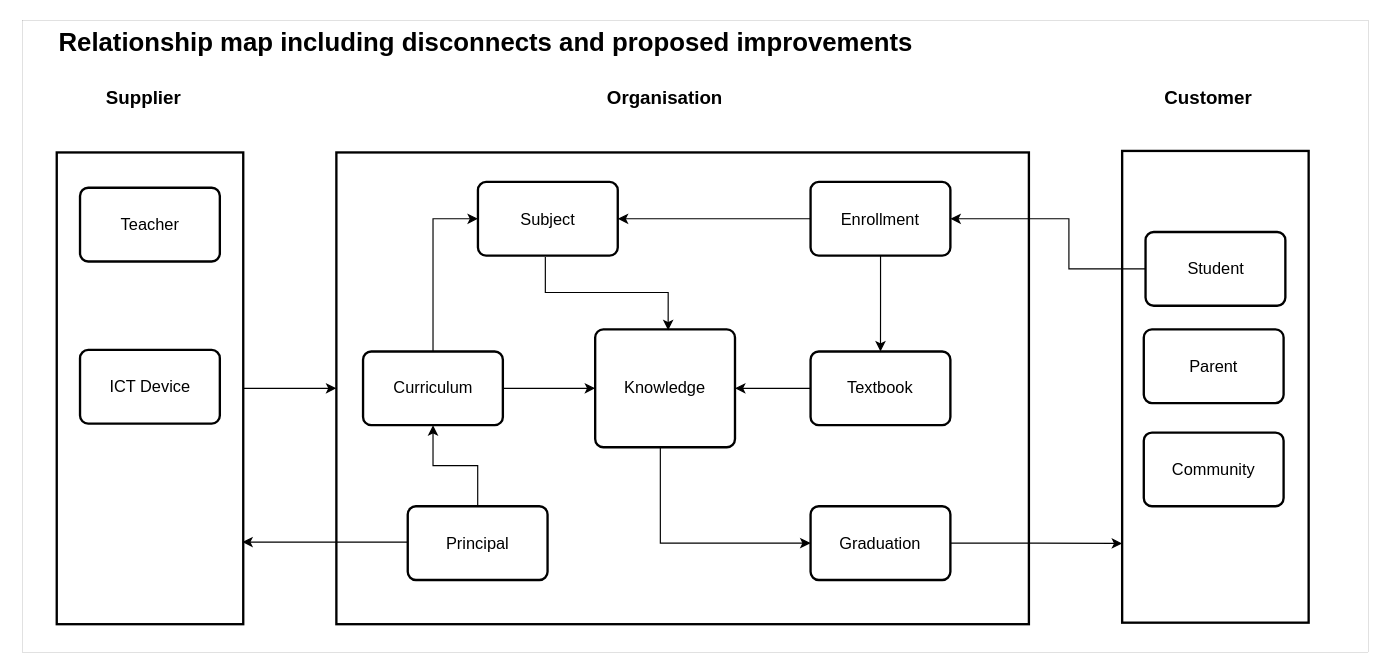
The draw.io diagram page "Relationship_Map_Disconnect" (2 of 6) of All_Maps_A1.drawio in SRMITGit/diagrams, before the edit. Source tidied: cells renumbered, new cells numbered last; positions are measured from the earlier drawing's top-left corner, leaving out a move shared by most shapes. Both pictures are drawn from the tidied source at 117%, with x=0, y=0 at pixel (22, 20).
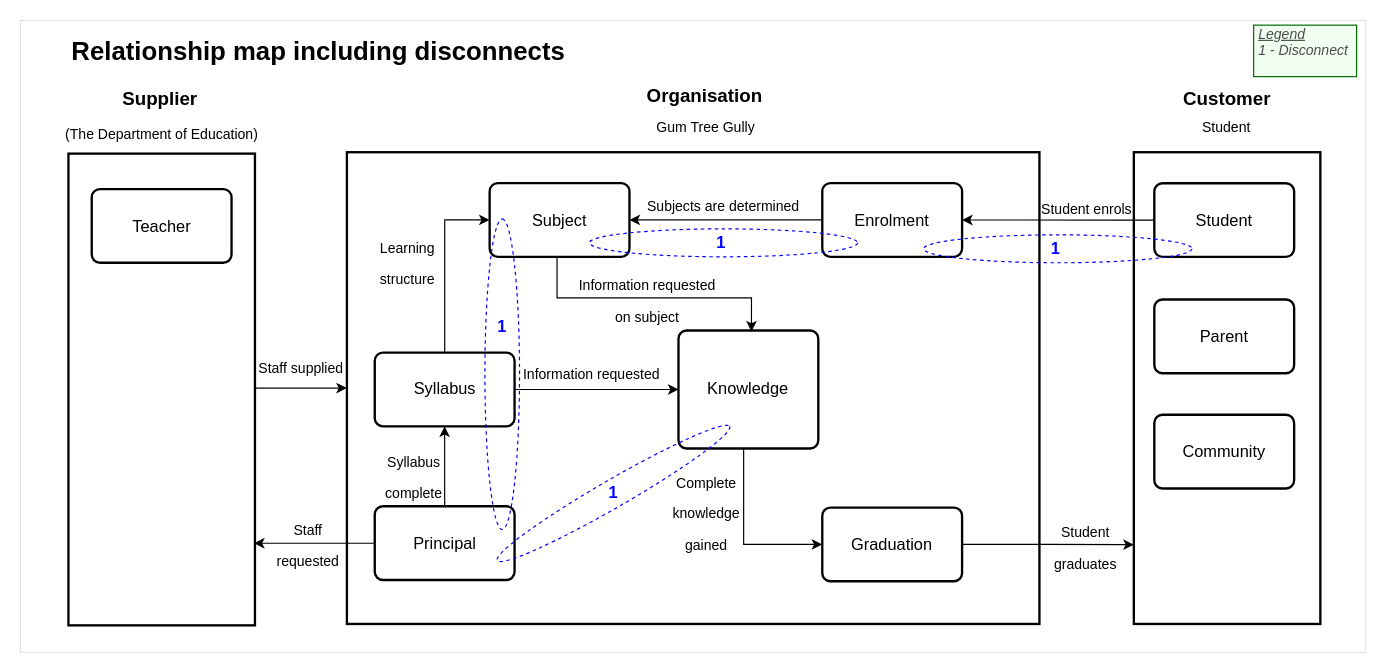
The same diagram, later.

Change to the diagram source:
```diff
@@
     <mxCell id="2" style="rounded=0;whiteSpace=wrap;html=1;fontFamily=Helvetica;fontSize=22;strokeWidth=0;" parent="1" vertex="1">
-      <mxGeometry width="1150" height="540" as="geometry" />
+      <mxGeometry x="-2" width="1150" height="540" as="geometry" />
     </mxCell>
-    <mxCell id="3" style="rounded=0;whiteSpace=wrap;html=1;glass=0;strokeWidth=2;" parent="1" vertex="1">
-      <mxGeometry x="939.6" y="111.5" width="159.4" height="403.2" as="geometry" />
-    </mxCell>
-    <mxCell id="4" style="rounded=0;whiteSpace=wrap;html=1;glass=0;strokeWidth=2;" parent="1" vertex="1">
-      <mxGeometry x="29" y="112.8" width="159.4" height="403.2" as="geometry" />
-    </mxCell>
+    <mxCell id="34" style="rounded=0;whiteSpace=wrap;html=1;glass=0;strokeWidth=2;" parent="1" vertex="1">
+      <mxGeometry x="39" y="113.8" width="159.4" height="403.2" as="geometry" />
+    </mxCell>
+    <mxCell id="33" value="Relationship map including disconnects" style="text;html=1;strokeColor=none;fillColor=none;align=left;verticalAlign=middle;whiteSpace=wrap;rounded=0;fontFamily=Helvetica;fontSize=22;fontStyle=1;" parent="1" vertex="1">
+      <mxGeometry x="40" y="7.1" width="840" height="40" as="geometry" />
+    </mxCell>
+    <mxCell id="35" style="rounded=0;whiteSpace=wrap;html=1;glass=0;strokeWidth=2;" parent="1" vertex="1">
+      <mxGeometry x="949.6" y="112.6" width="159.4" height="403.2" as="geometry" />
+    </mxCell>
     <mxCell id="5" value="&lt;font style=&quot;font-size: 14px&quot;&gt;Teacher&lt;/font&gt;" style="rounded=1;whiteSpace=wrap;html=1;absoluteArcSize=1;arcSize=14;strokeWidth=2;" parent="1" vertex="1">
-      <mxGeometry x="48.9" y="143" width="119.5" height="63" as="geometry" />
+      <mxGeometry x="58.9" y="144.1" width="119.5" height="63" as="geometry" />
     </mxCell>
     <mxCell id="6" value="Supplier" style="text;html=1;strokeColor=none;fillColor=none;align=center;verticalAlign=middle;whiteSpace=wrap;rounded=0;fontStyle=1;fontSize=16;" parent="1" vertex="1">
-      <mxGeometry x="57.5" y="46" width="91.1" height="39.1" as="geometry" />
+      <mxGeometry x="72.1" y="47.1" width="91.1" height="39.1" as="geometry" />
     </mxCell>
-    <mxCell id="7" value="&lt;font style=&quot;font-size: 14px&quot;&gt;ICT Device&lt;/font&gt;" style="rounded=1;whiteSpace=wrap;html=1;absoluteArcSize=1;arcSize=14;strokeWidth=2;" parent="1" vertex="1">
-      <mxGeometry x="48.9" y="281.6" width="119.5" height="63" as="geometry" />
-    </mxCell>
-    <mxCell id="8" style="rounded=0;whiteSpace=wrap;html=1;glass=0;strokeWidth=2;" parent="1" vertex="1">
-      <mxGeometry x="268" y="112.8" width="591.9" height="403.2" as="geometry" />
-    </mxCell>
-    <mxCell id="9" style="edgeStyle=orthogonalEdgeStyle;rounded=0;jettySize=auto;html=1;entryX=0;entryY=0.5;entryDx=0;entryDy=0;fontSize=14;" parent="1" edge="1" source="4" target="8">
-      <mxGeometry relative="1" as="geometry" />
-    </mxCell>
+    <mxCell id="36" style="rounded=0;whiteSpace=wrap;html=1;glass=0;strokeWidth=2;" parent="1" vertex="1">
+      <mxGeometry x="277" y="112.6" width="591.9" height="403.2" as="geometry" />
+    </mxCell>
+    <mxCell id="37" style="edgeStyle=orthogonalEdgeStyle;rounded=0;jettySize=auto;html=1;entryX=0;entryY=0.5;entryDx=0;entryDy=0;fontSize=14;" parent="1" edge="1" source="34" target="36">
+      <mxGeometry relative="1" as="geometry">
+        <Array as="points">
+          <mxPoint x="238" y="314" />
+        </Array>
+      </mxGeometry>
+    </mxCell>
     <mxCell id="10" value="&lt;font style=&quot;font-size: 14px&quot;&gt;Subject&lt;/font&gt;" style="rounded=1;whiteSpace=wrap;html=1;absoluteArcSize=1;arcSize=14;strokeWidth=2;" parent="1" vertex="1">
-      <mxGeometry x="389" y="138" width="119.5" height="63" as="geometry" />
+      <mxGeometry x="399" y="139" width="119.5" height="63" as="geometry" />
     </mxCell>
     <mxCell id="11" value="Organisation" style="text;html=1;strokeColor=none;fillColor=none;align=center;verticalAlign=middle;whiteSpace=wrap;rounded=0;fontStyle=1;fontSize=16;" parent="1" vertex="1">
-      <mxGeometry x="473.8" y="46" width="150.3" height="39.1" as="geometry" />
+      <mxGeometry x="508" y="44" width="150.3" height="39.1" as="geometry" />
     </mxCell>
-    <mxCell id="12" style="edgeStyle=orthogonalEdgeStyle;rounded=0;jettySize=auto;html=1;entryX=1;entryY=0.5;entryDx=0;entryDy=0;fontSize=14;" parent="1" edge="1" source="13" target="10">
-      <mxGeometry relative="1" as="geometry" />
-    </mxCell>
-    <mxCell id="13" value="&lt;font style=&quot;font-size: 14px&quot;&gt;Enrollment&lt;/font&gt;" style="rounded=1;whiteSpace=wrap;html=1;absoluteArcSize=1;arcSize=14;strokeWidth=2;" parent="1" vertex="1">
-      <mxGeometry x="673.3" y="138" width="119.5" height="63" as="geometry" />
-    </mxCell>
-    <mxCell id="14" style="edgeStyle=orthogonalEdgeStyle;rounded=0;jettySize=auto;html=1;entryX=0;entryY=0.832;entryDx=0;entryDy=0;entryPerimeter=0;fontSize=14;" parent="1" edge="1" source="15" target="3">
-      <mxGeometry relative="1" as="geometry" />
-    </mxCell>
+    <mxCell id="38" style="edgeStyle=orthogonalEdgeStyle;rounded=0;jettySize=auto;html=1;entryX=1;entryY=0.5;entryDx=0;entryDy=0;fontSize=14;" parent="1" edge="1" source="39" target="10">
+      <mxGeometry relative="1" as="geometry" />
+    </mxCell>
+    <mxCell id="39" value="&lt;font style=&quot;font-size: 14px&quot;&gt;Enrolment&lt;/font&gt;" style="rounded=1;whiteSpace=wrap;html=1;absoluteArcSize=1;arcSize=14;strokeWidth=2;" parent="1" vertex="1">
+      <mxGeometry x="683.3" y="139" width="119.5" height="63" as="geometry" />
+    </mxCell>
+    <mxCell id="40" style="edgeStyle=orthogonalEdgeStyle;rounded=0;jettySize=auto;html=1;entryX=0;entryY=0.832;entryDx=0;entryDy=0;entryPerimeter=0;fontSize=14;" parent="1" edge="1" source="15" target="35">
+      <mxGeometry relative="1" as="geometry" />
+    </mxCell>
     <mxCell id="15" value="&lt;font style=&quot;font-size: 14px&quot;&gt;Graduation&lt;/font&gt;" style="rounded=1;whiteSpace=wrap;html=1;absoluteArcSize=1;arcSize=14;strokeWidth=2;" parent="1" vertex="1">
-      <mxGeometry x="673.3" y="415.2" width="119.5" height="63" as="geometry" />
+      <mxGeometry x="683.3" y="416.3" width="119.5" height="63" as="geometry" />
     </mxCell>
@@
-    <mxCell id="17" value="&lt;font style=&quot;font-size: 14px&quot;&gt;Knowledge&lt;/font&gt;" style="rounded=1;whiteSpace=wrap;html=1;absoluteArcSize=1;arcSize=14;strokeWidth=2;" parent="1" vertex="1">
-      <mxGeometry x="489.2" y="264" width="119.5" height="100.8" as="geometry" />
+    <mxCell id="17" value="&lt;font style=&quot;font-size: 14px&quot;&gt;Knowledge&lt;/font&gt;" style="rounded=1;whiteSpace=wrap;html=1;absoluteArcSize=1;arcSize=14;strokeWidth=2;strokeColor=#000000;" parent="1" vertex="1">
+      <mxGeometry x="560.4" y="265" width="119.5" height="100.8" as="geometry" />
     </mxCell>
     <mxCell id="18" style="edgeStyle=orthogonalEdgeStyle;rounded=0;jettySize=auto;html=1;fontSize=14;exitX=0.482;exitY=1.017;exitDx=0;exitDy=0;exitPerimeter=0;entryX=0.522;entryY=0.008;entryDx=0;entryDy=0;entryPerimeter=0;" parent="1" edge="1" source="10" target="17">
-      <mxGeometry relative="1" as="geometry" />
+      <mxGeometry relative="1" as="geometry">
+        <Array as="points">
+          <mxPoint x="457" y="237.1" />
+          <mxPoint x="623" y="237.1" />
+        </Array>
+      </mxGeometry>
     </mxCell>
-    <mxCell id="19" style="edgeStyle=orthogonalEdgeStyle;rounded=0;jettySize=auto;html=1;fontFamily=Helvetica;fontSize=14;" parent="1" edge="1" source="20" target="17">
-      <mxGeometry relative="1" as="geometry" />
-    </mxCell>
-    <mxCell id="20" value="&lt;span style=&quot;font-size: 14px&quot;&gt;Textbook&lt;/span&gt;" style="rounded=1;whiteSpace=wrap;html=1;absoluteArcSize=1;arcSize=14;strokeWidth=2;" parent="1" vertex="1">
-      <mxGeometry x="673.3" y="282.9" width="119.5" height="63" as="geometry" />
-    </mxCell>
-    <mxCell id="21" style="edgeStyle=orthogonalEdgeStyle;rounded=0;jettySize=auto;html=1;entryX=0.5;entryY=0;entryDx=0;entryDy=0;fontSize=14;" parent="1" edge="1" source="13" target="20">
-      <mxGeometry relative="1" as="geometry" />
-    </mxCell>
-    <mxCell id="22" style="edgeStyle=orthogonalEdgeStyle;rounded=0;jettySize=auto;html=1;entryX=1;entryY=0.5;entryDx=0;entryDy=0;fontSize=14;" parent="1" edge="1" source="23" target="13">
-      <mxGeometry relative="1" as="geometry">
-        <Array as="points">
-          <mxPoint x="894.1" y="212.3" />
-          <mxPoint x="894.1" y="169.5" />
-        </Array>
-      </mxGeometry>
-    </mxCell>
+    <mxCell id="41" style="edgeStyle=orthogonalEdgeStyle;rounded=0;jettySize=auto;html=1;entryX=1;entryY=0.5;entryDx=0;entryDy=0;fontSize=14;exitX=0;exitY=0.5;exitDx=0;exitDy=0;" parent="1" edge="1" source="23" target="39">
+      <mxGeometry relative="1" as="geometry">
+        <Array as="points">
+          <mxPoint x="929" y="170.1" />
+          <mxPoint x="929" y="170.1" />
+        </Array>
+      </mxGeometry>
+    </mxCell>
     <mxCell id="23" value="&lt;font style=&quot;font-size: 14px&quot;&gt;Student&lt;/font&gt;" style="rounded=1;whiteSpace=wrap;html=1;absoluteArcSize=1;arcSize=14;strokeWidth=2;" parent="1" vertex="1">
-      <mxGeometry x="959.6" y="180.8" width="119.5" height="63" as="geometry" />
+      <mxGeometry x="967.1" y="139.1" width="119.5" height="63" as="geometry" />
     </mxCell>
     <mxCell id="24" value="Customer" style="text;html=1;strokeColor=none;fillColor=none;align=center;verticalAlign=middle;whiteSpace=wrap;rounded=0;fontStyle=1;fontSize=16;" parent="1" vertex="1">
-      <mxGeometry x="968.1" y="46" width="91.1" height="39.1" as="geometry" />
+      <mxGeometry x="983.8" y="47.1" width="91.1" height="39.1" as="geometry" />
     </mxCell>
-    <mxCell id="25" style="edgeStyle=orthogonalEdgeStyle;rounded=0;jettySize=auto;html=1;fontSize=14;" parent="1" edge="1" source="27" target="17">
-      <mxGeometry relative="1" as="geometry" />
-    </mxCell>
-    <mxCell id="26" style="edgeStyle=orthogonalEdgeStyle;rounded=0;jettySize=auto;html=1;entryX=0;entryY=0.5;entryDx=0;entryDy=0;fontFamily=Helvetica;fontSize=14;" parent="1" edge="1" source="27" target="10">
-      <mxGeometry relative="1" as="geometry" />
-    </mxCell>
-    <mxCell id="27" value="&lt;span style=&quot;background-color: rgb(255 , 255 , 255)&quot;&gt;&lt;font style=&quot;font-size: 14px&quot;&gt;Curriculum&lt;/font&gt;&lt;/span&gt;" style="rounded=1;whiteSpace=wrap;html=1;absoluteArcSize=1;arcSize=14;strokeWidth=2;" parent="1" vertex="1">
-      <mxGeometry x="290.8" y="282.9" width="119.5" height="63" as="geometry" />
-    </mxCell>
-    <mxCell id="28" style="edgeStyle=orthogonalEdgeStyle;rounded=0;jettySize=auto;html=1;fontSize=14;entryX=0.995;entryY=0.826;entryDx=0;entryDy=0;entryPerimeter=0;" parent="1" edge="1" source="30" target="4">
-      <mxGeometry relative="1" as="geometry">
-        <Array as="points">
-          <mxPoint x="259" y="447" />
-        </Array>
-      </mxGeometry>
-    </mxCell>
-    <mxCell id="29" style="edgeStyle=orthogonalEdgeStyle;rounded=0;jettySize=auto;html=1;fontFamily=Helvetica;fontSize=14;" parent="1" edge="1" source="30" target="27">
-      <mxGeometry relative="1" as="geometry" />
-    </mxCell>
+    <mxCell id="42" style="edgeStyle=orthogonalEdgeStyle;rounded=0;jettySize=auto;html=1;fontSize=14;" parent="1" edge="1" source="44" target="17">
+      <mxGeometry relative="1" as="geometry" />
+    </mxCell>
+    <mxCell id="43" style="edgeStyle=orthogonalEdgeStyle;rounded=0;jettySize=auto;html=1;entryX=0;entryY=0.5;entryDx=0;entryDy=0;fontFamily=Helvetica;fontSize=14;" parent="1" edge="1" source="44" target="10">
+      <mxGeometry relative="1" as="geometry" />
+    </mxCell>
+    <mxCell id="44" value="&lt;font style=&quot;font-size: 14px&quot;&gt;Syllabus&lt;/font&gt;" style="rounded=1;whiteSpace=wrap;html=1;absoluteArcSize=1;arcSize=14;strokeWidth=2;" parent="1" vertex="1">
+      <mxGeometry x="300.8" y="283.9" width="119.5" height="63" as="geometry" />
+    </mxCell>
+    <mxCell id="45" style="edgeStyle=orthogonalEdgeStyle;rounded=0;jettySize=auto;html=1;fontSize=14;entryX=0.995;entryY=0.826;entryDx=0;entryDy=0;entryPerimeter=0;" parent="1" edge="1" source="30" target="34">
+      <mxGeometry relative="1" as="geometry">
+        <Array as="points">
+          <mxPoint x="269" y="447" />
+        </Array>
+      </mxGeometry>
+    </mxCell>
+    <mxCell id="46" style="edgeStyle=orthogonalEdgeStyle;rounded=0;jettySize=auto;html=1;fontFamily=Helvetica;fontSize=14;" parent="1" edge="1" source="30" target="44">
+      <mxGeometry relative="1" as="geometry" />
+    </mxCell>
     <mxCell id="30" value="&lt;font style=&quot;font-size: 14px&quot;&gt;Principal&lt;/font&gt;" style="rounded=1;whiteSpace=wrap;html=1;absoluteArcSize=1;arcSize=14;strokeWidth=2;" parent="1" vertex="1">
-      <mxGeometry x="329" y="415.2" width="119.5" height="63" as="geometry" />
+      <mxGeometry x="300.8" y="415.2" width="119.5" height="63" as="geometry" />
     </mxCell>
+    <mxCell id="47" value="&lt;font style=&quot;font-size: 12px&quot;&gt;Student enrols&lt;/font&gt;" style="text;html=1;strokeColor=none;fillColor=none;align=center;verticalAlign=middle;whiteSpace=wrap;rounded=0;dashed=1;fontFamily=Helvetica;fontSize=22;" parent="1" vertex="1">
+      <mxGeometry x="864.6" y="147" width="89" height="24.6" as="geometry" />
+    </mxCell>
+    <mxCell id="48" value="&lt;font style=&quot;font-size: 12px&quot;&gt;Subjects are determined&lt;/font&gt;" style="text;html=1;strokeColor=none;fillColor=none;align=center;verticalAlign=middle;whiteSpace=wrap;rounded=0;dashed=1;fontFamily=Helvetica;fontSize=22;" parent="1" vertex="1">
+      <mxGeometry x="519" y="144.1" width="160" height="23" as="geometry" />
+    </mxCell>
+    <mxCell id="49" value="&lt;font style=&quot;font-size: 12px&quot;&gt;Student graduates&lt;/font&gt;" style="text;html=1;strokeColor=none;fillColor=none;align=center;verticalAlign=middle;whiteSpace=wrap;rounded=0;dashed=1;fontFamily=Helvetica;fontSize=22;" parent="1" vertex="1">
+      <mxGeometry x="869" y="422.4" width="79" height="50.8" as="geometry" />
+    </mxCell>
+    <mxCell id="50" value="&lt;font style=&quot;font-size: 12px&quot;&gt;Complete knowledge gained&lt;/font&gt;" style="text;html=1;strokeColor=none;fillColor=none;align=center;verticalAlign=middle;whiteSpace=wrap;rounded=0;dashed=1;fontFamily=Helvetica;fontSize=22;" parent="1" vertex="1">
+      <mxGeometry x="548.5" y="380" width="71" height="77" as="geometry" />
+    </mxCell>
+    <mxCell id="51" value="&lt;font style=&quot;font-size: 12px&quot;&gt;Information requested on subject&lt;/font&gt;" style="text;html=1;strokeColor=none;fillColor=none;align=center;verticalAlign=middle;whiteSpace=wrap;rounded=0;dashed=1;fontFamily=Helvetica;fontSize=22;" parent="1" vertex="1">
+      <mxGeometry x="469" y="207.1" width="130" height="60" as="geometry" />
+    </mxCell>
+    <mxCell id="52" value="&lt;font style=&quot;font-size: 12px&quot;&gt;Learning structure&lt;/font&gt;" style="text;html=1;strokeColor=none;fillColor=none;align=center;verticalAlign=middle;whiteSpace=wrap;rounded=0;dashed=1;fontFamily=Helvetica;fontSize=22;" parent="1" vertex="1">
+      <mxGeometry x="299" y="170.1" width="60" height="70" as="geometry" />
+    </mxCell>
+    <mxCell id="53" value="&lt;font style=&quot;font-size: 12px&quot;&gt;Syllabus complete&lt;/font&gt;" style="text;html=1;strokeColor=none;fillColor=none;align=center;verticalAlign=middle;whiteSpace=wrap;rounded=0;dashed=1;fontFamily=Helvetica;fontSize=22;" parent="1" vertex="1">
+      <mxGeometry x="299" y="365.8" width="71" height="44.1" as="geometry" />
+    </mxCell>
+    <mxCell id="54" value="&lt;font style=&quot;font-size: 12px&quot;&gt;Information requested&amp;nbsp;&lt;/font&gt;" style="text;html=1;strokeColor=none;fillColor=none;align=center;verticalAlign=middle;whiteSpace=wrap;rounded=0;dashed=1;fontFamily=Helvetica;fontSize=22;" parent="1" vertex="1">
+      <mxGeometry x="423" y="282.7" width="130" height="34.4" as="geometry" />
+    </mxCell>
+    <mxCell id="55" value="&lt;font style=&quot;font-size: 12px&quot;&gt;Staff requested&lt;/font&gt;" style="text;html=1;strokeColor=none;fillColor=none;align=center;verticalAlign=middle;whiteSpace=wrap;rounded=0;dashed=1;fontFamily=Helvetica;fontSize=22;" parent="1" vertex="1">
+      <mxGeometry x="209" y="424.1" width="70" height="43" as="geometry" />
+    </mxCell>
+    <mxCell id="56" value="&lt;font style=&quot;font-size: 12px&quot;&gt;Staff supplied&lt;/font&gt;" style="text;html=1;strokeColor=none;fillColor=none;align=center;verticalAlign=middle;whiteSpace=wrap;rounded=0;dashed=1;fontFamily=Helvetica;fontSize=22;" parent="1" vertex="1">
+      <mxGeometry x="197.4" y="286" width="81.6" height="17.1" as="geometry" />
+    </mxCell>
+    <mxCell id="57" value="&lt;p&gt;&lt;font style=&quot;font-size: 12px&quot;&gt;(The Department of Education)&lt;/font&gt;&lt;/p&gt;" style="text;html=1;strokeColor=none;fillColor=none;align=center;verticalAlign=middle;whiteSpace=wrap;rounded=0;" parent="1" vertex="1">
+      <mxGeometry x="29" y="83.1" width="180" height="30" as="geometry" />
+    </mxCell>
+    <mxCell id="58" value="&lt;p&gt;&lt;font style=&quot;font-size: 12px&quot;&gt;Gum Tree Gully&lt;/font&gt;&lt;/p&gt;" style="text;html=1;strokeColor=none;fillColor=none;align=center;verticalAlign=middle;whiteSpace=wrap;rounded=0;" parent="1" vertex="1">
+      <mxGeometry x="529" y="77.1" width="110" height="30" as="geometry" />
+    </mxCell>
+    <mxCell id="59" value="&lt;p&gt;&lt;font style=&quot;font-size: 12px&quot;&gt;Student&lt;/font&gt;&lt;/p&gt;" style="text;html=1;strokeColor=none;fillColor=none;align=center;verticalAlign=middle;whiteSpace=wrap;rounded=0;" parent="1" vertex="1">
+      <mxGeometry x="949" y="77.1" width="160" height="30" as="geometry" />
+    </mxCell>
     <mxCell id="31" value="&lt;font style=&quot;font-size: 14px&quot;&gt;Parent&lt;/font&gt;" style="rounded=1;whiteSpace=wrap;html=1;absoluteArcSize=1;arcSize=14;strokeWidth=2;" parent="1" vertex="1">
-      <mxGeometry x="958.1" y="264" width="119.5" height="63" as="geometry" />
+      <mxGeometry x="967.1" y="238.5" width="119.5" height="63" as="geometry" />
     </mxCell>
     <mxCell id="32" value="&lt;font style=&quot;font-size: 14px&quot;&gt;Community&lt;/font&gt;" style="rounded=1;whiteSpace=wrap;html=1;absoluteArcSize=1;arcSize=14;strokeWidth=2;" parent="1" vertex="1">
-      <mxGeometry x="958.1" y="352.2" width="119.5" height="63" as="geometry" />
+      <mxGeometry x="967.1" y="337" width="119.5" height="63" as="geometry" />
     </mxCell>
-    <mxCell id="33" value="Relationship map including disconnects and proposed improvements" style="text;html=1;strokeColor=none;fillColor=none;align=left;verticalAlign=middle;whiteSpace=wrap;rounded=0;fontFamily=Helvetica;fontSize=22;fontStyle=1;" parent="1" vertex="1">
-      <mxGeometry x="29" width="1070" height="40" as="geometry" />
-    </mxCell>
+    <mxCell id="60" style="ellipse;whiteSpace=wrap;html=1;fontSize=14;fillColor=none;dashed=1;rotation=-30;strokeColor=#0000FF;" parent="1" vertex="1">
+      <mxGeometry x="390.2" y="392.3" width="229.3" height="23.9" as="geometry" />
+    </mxCell>
+    <mxCell id="61" style="ellipse;whiteSpace=wrap;html=1;fontSize=14;fillColor=none;dashed=1;rotation=-90;strokeColor=#0000FF;" parent="1" vertex="1">
+      <mxGeometry x="277" y="287.5" width="265.5" height="29.6" as="geometry" />
+    </mxCell>
+    <mxCell id="62" value="1" style="text;html=1;strokeColor=none;fillColor=none;align=center;verticalAlign=middle;whiteSpace=wrap;rounded=0;dashed=1;fontSize=14;fontColor=#0000FF;fontStyle=1;" parent="1" vertex="1">
+      <mxGeometry x="399.8" y="250" width="20" height="23" as="geometry" />
+    </mxCell>
+    <mxCell id="63" value="1" style="text;html=1;strokeColor=none;fillColor=none;align=center;verticalAlign=middle;whiteSpace=wrap;rounded=0;dashed=1;fontSize=14;fontColor=#0000FF;fontStyle=1;" parent="1" vertex="1">
+      <mxGeometry x="494.8" y="392.3" width="20" height="23" as="geometry" />
+    </mxCell>
+    <mxCell id="64" value="&lt;font color=&quot;#4d4d4d&quot;&gt;&lt;span style=&quot;font-style: normal&quot;&gt;&amp;nbsp;&lt;/span&gt;&lt;u&gt;Legend&lt;/u&gt;&lt;br style=&quot;font-size: 12px&quot;&gt;&amp;nbsp;1 - Disconnect&amp;nbsp;&amp;nbsp;&lt;br&gt;&lt;br&gt;&lt;/font&gt;" style="text;html=1;strokeColor=none;fillColor=none;align=left;verticalAlign=middle;whiteSpace=wrap;rounded=0;dashed=1;fontSize=12;fontStyle=2;fontColor=#999999;labelBorderColor=#006600;spacing=2;labelBackgroundColor=#F0FFF0;" parent="1" vertex="1">
+      <mxGeometry x="1050" y="3.9" width="91.1" height="43.2" as="geometry" />
+    </mxCell>
+    <mxCell id="65" style="ellipse;whiteSpace=wrap;html=1;fontSize=14;fillColor=none;dashed=1;rotation=0;strokeColor=#0000FF;" parent="1" vertex="1">
+      <mxGeometry x="770" y="183.2" width="229.3" height="23.9" as="geometry" />
+    </mxCell>
+    <mxCell id="66" value="1" style="text;html=1;strokeColor=none;fillColor=none;align=center;verticalAlign=middle;whiteSpace=wrap;rounded=0;dashed=1;fontSize=14;fontColor=#0000FF;fontStyle=1;" parent="1" vertex="1">
+      <mxGeometry x="872.7" y="183.2" width="20" height="23" as="geometry" />
+    </mxCell>
+    <mxCell id="67" style="ellipse;whiteSpace=wrap;html=1;fontSize=14;fillColor=none;dashed=1;rotation=0;strokeColor=#0000FF;" parent="1" vertex="1">
+      <mxGeometry x="484.3" y="178.1" width="229.3" height="23.9" as="geometry" />
+    </mxCell>
+    <mxCell id="68" value="1" style="text;html=1;strokeColor=none;fillColor=none;align=center;verticalAlign=middle;whiteSpace=wrap;rounded=0;dashed=1;fontSize=14;fontColor=#0000FF;fontStyle=1;" parent="1" vertex="1">
+      <mxGeometry x="587" y="178.1" width="20" height="23" as="geometry" />
+    </mxCell>
```
